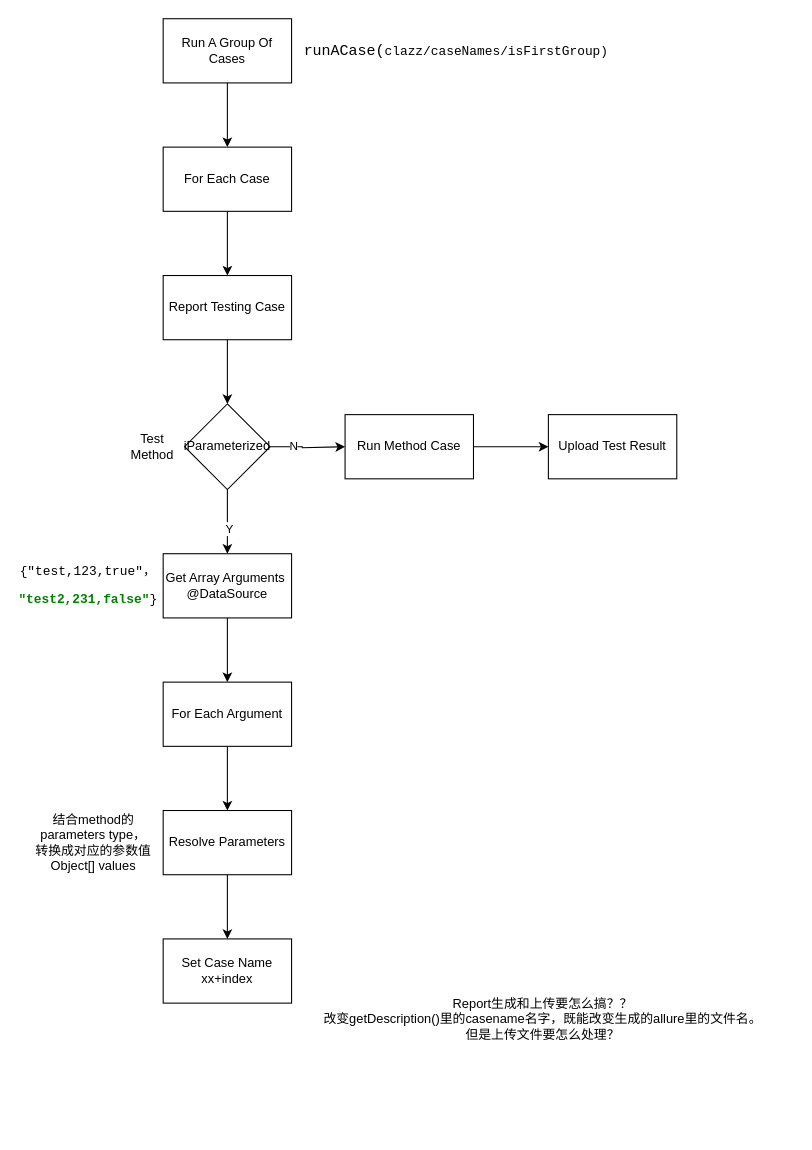
Before: page "DataDriven" (10 of 10) of App Automation 2.0.drawio in michellec2021/appium-demo, a draw.io diagram. Source tidied: cells renumbered, new cells numbered last; positions are measured from the earlier drawing's top-left corner, leaving out a move shared by most shapes. Both pictures are drawn from the tidied source at 107%, with x=0, y=0 at pixel (34, 18).
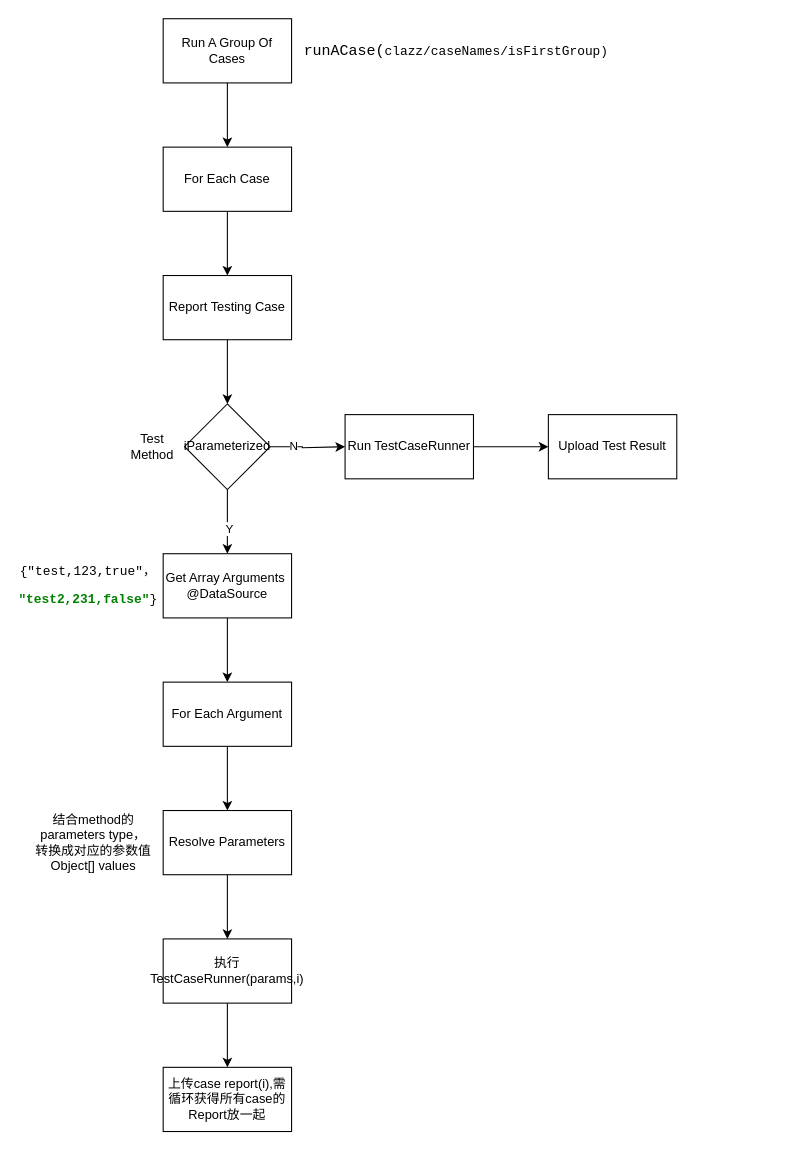
Above is the later version.

What changed in the source:
```diff
@@
-    <mxCell id="10" value="Run Method Case" style="whiteSpace=wrap;html=1;" parent="1" vertex="1">
+    <mxCell id="10" value="Run TestCaseRunner" style="whiteSpace=wrap;html=1;" parent="1" vertex="1">
       <mxGeometry x="290" y="370" width="120" height="60" as="geometry" />
     </mxCell>
@@
+    <mxCell id="28" style="edgeStyle=orthogonalEdgeStyle;rounded=0;jettySize=auto;html=1;exitX=0.5;exitY=1;exitDx=0;exitDy=0;" parent="1" edge="1" source="26" target="29">
+      <mxGeometry relative="1" as="geometry" />
+    </mxCell>
-    <mxCell id="26" value="Set Case Name xx+index" style="rounded=0;whiteSpace=wrap;html=1;" parent="1" vertex="1">
+    <mxCell id="26" value="执行TestCaseRunner(params,i)" style="rounded=0;whiteSpace=wrap;html=1;" parent="1" vertex="1">
       <mxGeometry x="120" y="860" width="120" height="60" as="geometry" />
     </mxCell>
-    <mxCell id="27" value="Report生成和上传要怎么搞？？&lt;br&gt;改变getDescription()里的casename名字，既能改变生成的allure里的文件名。&lt;br&gt;但是上传文件要怎么处理？" style="text;html=1;strokeColor=none;fillColor=none;align=center;verticalAlign=middle;whiteSpace=wrap;rounded=0;" parent="1" vertex="1">
-      <mxGeometry x="240" y="860" width="470" height="150" as="geometry" />
-    </mxCell>
+    <mxCell id="29" value="上传case report(i),需循环获得所有case的Report放一起" style="rounded=0;whiteSpace=wrap;html=1;" parent="1" vertex="1">
+      <mxGeometry x="120" y="980" width="120" height="60" as="geometry" />
+    </mxCell>
```
